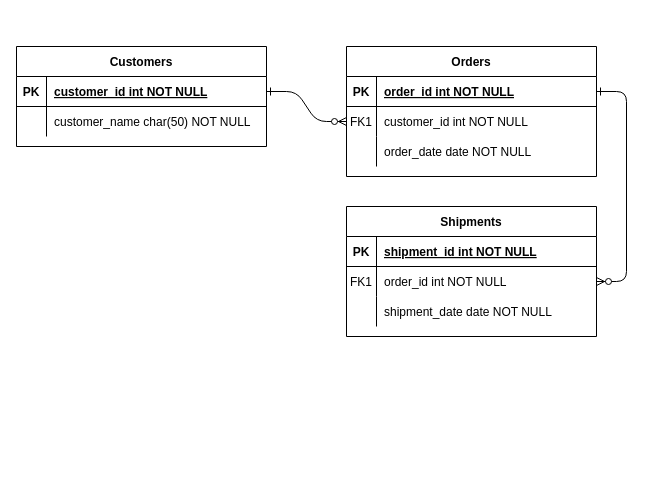
Earlier version of the draw.io diagram squall_db.drawio (primnewa0615/b17c3). Source tidied: cells renumbered, new cells numbered last; positions are measured from the earlier drawing's top-left corner, leaving out a move shared by most shapes. Both pictures are drawn from the tidied source at 100%, with x=0, y=0 at pixel (16, 46).
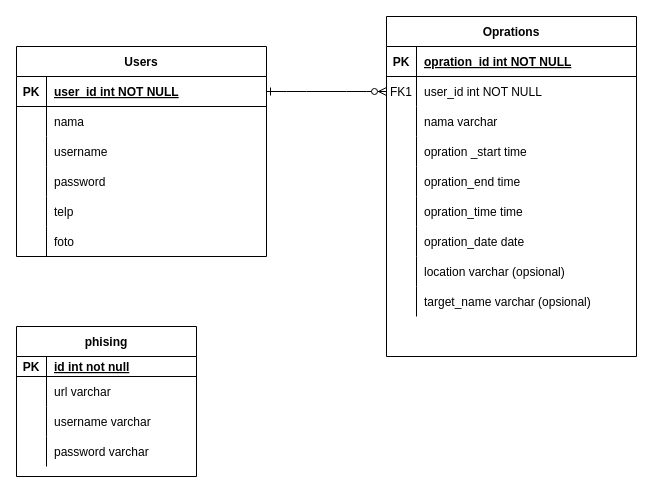
The same diagram, later.

Unchanged cells that the change refers to:
```xml
<mxCell id="5" style="shape=partialRectangle;fillColor=none;points=[[0,0.5],[1,0.5]];portConstraint=eastwest;top=0;left=0;right=0;bottom=1;" parent="4" vertex="1">
  <mxGeometry y="30" width="250" height="30" as="geometry" />
</mxCell>
<mxCell id="8" style="shape=partialRectangle;fillColor=none;points=[[0,0.5],[1,0.5]];portConstraint=eastwest;top=0;left=0;right=0;bottom=0;" parent="4" vertex="1">
  <mxGeometry y="60" width="250" height="30" as="geometry" />
</mxCell>
<mxCell id="11" style="shape=partialRectangle;fillColor=none;top=0;left=0;right=0;bottom=0;" parent="4" vertex="1">
  <mxGeometry y="90" width="250" height="30" as="geometry" />
</mxCell>
<mxCell id="25" style="shape=partialRectangle;fillColor=none;points=[[0,0.5],[1,0.5]];portConstraint=eastwest;top=0;left=0;right=0;bottom=1;" parent="24" vertex="1">
  <mxGeometry y="30" width="250" height="30" as="geometry" />
</mxCell>
<mxCell id="28" style="shape=partialRectangle;fillColor=none;top=0;left=0;right=0;bottom=0;" parent="24" vertex="1">
  <mxGeometry y="60" width="250" height="30" as="geometry" />
</mxCell>
```

The edit, as a diff of the source:
```diff
@@
-    <mxCell id="3" style="edgeStyle=entityRelationEdgeStyle;endArrow=ERzeroToMany;startArrow=ERone;endFill=1;startFill=0;" parent="1" edge="1" source="5" target="18">
-      <mxGeometry relative="1" as="geometry" />
-    </mxCell>
-    <mxCell id="4" value="Orders" style="shape=table;startSize=30;childLayout=tableLayout;rowLines=0;fontStyle=1;align=center;" parent="1" vertex="1">
-      <mxGeometry x="330" width="250" height="130" as="geometry" />
+    <mxCell id="4" value="Oprations" style="shape=table;startSize=30;childLayout=tableLayout;rowLines=0;fontStyle=1;align=center;" parent="1" vertex="1">
+      <mxGeometry x="370" y="-30" width="250" height="340" as="geometry" />
     </mxCell>
@@
-    <mxCell id="7" value="order_id int NOT NULL " style="shape=partialRectangle;overflow=hidden;fillColor=none;top=0;left=0;bottom=0;right=0;align=left;spacingLeft=6;fontStyle=5;" parent="5" vertex="1">
+    <mxCell id="7" value="opration_id int NOT NULL " style="shape=partialRectangle;overflow=hidden;fillColor=none;top=0;left=0;bottom=0;right=0;align=left;spacingLeft=6;fontStyle=5;" parent="5" vertex="1">
       <mxGeometry x="30" width="220" height="30" as="geometry" />
     </mxCell>
@@
-    <mxCell id="10" value="customer_id int NOT NULL" style="shape=partialRectangle;overflow=hidden;fillColor=none;top=0;left=0;bottom=0;right=0;align=left;spacingLeft=6;" parent="8" vertex="1">
+    <mxCell id="10" value="user_id int NOT NULL" style="shape=partialRectangle;overflow=hidden;fillColor=none;top=0;left=0;bottom=0;right=0;align=left;spacingLeft=6;" parent="8" vertex="1">
       <mxGeometry x="30" width="220" height="30" as="geometry" />
     </mxCell>
@@
-    <mxCell id="13" value="order_date date NOT NULL" style="shape=partialRectangle;overflow=hidden;fillColor=none;top=0;left=0;bottom=0;right=0;align=left;spacingLeft=6;" parent="11" vertex="1">
+    <mxCell id="13" value="nama varchar" style="shape=partialRectangle;overflow=hidden;fillColor=none;top=0;left=0;bottom=0;right=0;align=left;spacingLeft=6;" parent="11" vertex="1">
       <mxGeometry x="30" width="220" height="30" as="geometry" />
     </mxCell>
-    <mxCell id="14" value="Shipments" style="shape=table;startSize=30;childLayout=tableLayout;rowLines=0;fontStyle=1;align=center;" parent="1" vertex="1">
-      <mxGeometry x="330" y="160" width="250" height="130" as="geometry" />
-    </mxCell>
-    <mxCell id="15" style="shape=partialRectangle;fillColor=none;top=0;left=0;right=0;bottom=1;" parent="14" vertex="1">
-      <mxGeometry y="30" width="250" height="30" as="geometry" />
-    </mxCell>
-    <mxCell id="16" value="PK" style="shape=partialRectangle;overflow=hidden;fillColor=none;top=0;left=0;bottom=0;right=0;fontStyle=1;" parent="15" vertex="1">
-      <mxGeometry width="30" height="30" as="geometry" />
-    </mxCell>
-    <mxCell id="17" value="shipment_id int NOT NULL " style="shape=partialRectangle;overflow=hidden;fillColor=none;top=0;left=0;bottom=0;right=0;align=left;spacingLeft=6;fontStyle=5;" parent="15" vertex="1">
-      <mxGeometry x="30" width="220" height="30" as="geometry" />
-    </mxCell>
-    <mxCell id="18" style="shape=partialRectangle;fillColor=none;points=[[0,0.5],[1,0.5]];portConstraint=eastwest;top=0;left=0;right=0;bottom=0;" parent="14" vertex="1">
-      <mxGeometry y="60" width="250" height="30" as="geometry" />
-    </mxCell>
-    <mxCell id="19" value="FK1" style="shape=partialRectangle;overflow=hidden;fillColor=none;top=0;left=0;bottom=0;right=0;" parent="18" vertex="1">
-      <mxGeometry width="30" height="30" as="geometry" />
-    </mxCell>
-    <mxCell id="20" value="order_id int NOT NULL" style="shape=partialRectangle;overflow=hidden;fillColor=none;top=0;left=0;bottom=0;right=0;align=left;spacingLeft=6;" parent="18" vertex="1">
-      <mxGeometry x="30" width="220" height="30" as="geometry" />
-    </mxCell>
-    <mxCell id="21" style="shape=partialRectangle;fillColor=none;top=0;left=0;right=0;bottom=0;" parent="14" vertex="1">
-      <mxGeometry y="90" width="250" height="30" as="geometry" />
-    </mxCell>
-    <mxCell id="22" style="shape=partialRectangle;overflow=hidden;fillColor=none;top=0;left=0;bottom=0;right=0;" parent="21" vertex="1">
-      <mxGeometry width="30" height="30" as="geometry" />
-    </mxCell>
-    <mxCell id="23" value="shipment_date date NOT NULL" style="shape=partialRectangle;overflow=hidden;fillColor=none;top=0;left=0;bottom=0;right=0;align=left;spacingLeft=6;" parent="21" vertex="1">
-      <mxGeometry x="30" width="220" height="30" as="geometry" />
-    </mxCell>
+    <mxCell id="31" style="shape=partialRectangle;fillColor=none;top=0;left=0;bottom=0;right=0;" parent="4" vertex="1">
+      <mxGeometry y="120" width="250" height="30" as="geometry" />
+    </mxCell>
+    <mxCell id="32" style="shape=partialRectangle;fillColor=none;top=0;left=0;bottom=0;right=0;overflow=hidden;" parent="31" vertex="1">
+      <mxGeometry width="30" height="30" as="geometry" />
+    </mxCell>
+    <mxCell id="33" value="opration _start time" style="shape=partialRectangle;fillColor=none;top=0;left=0;bottom=0;right=0;align=left;spacingLeft=6;overflow=hidden;" parent="31" vertex="1">
+      <mxGeometry x="30" width="220" height="30" as="geometry" />
+    </mxCell>
+    <mxCell id="34" style="shape=partialRectangle;fillColor=none;top=0;left=0;bottom=0;right=0;" parent="4" vertex="1">
+      <mxGeometry y="150" width="250" height="30" as="geometry" />
+    </mxCell>
+    <mxCell id="35" style="shape=partialRectangle;fillColor=none;top=0;left=0;bottom=0;right=0;overflow=hidden;" parent="34" vertex="1">
+      <mxGeometry width="30" height="30" as="geometry" />
+    </mxCell>
+    <mxCell id="36" value="opration_end time" style="shape=partialRectangle;fillColor=none;top=0;left=0;bottom=0;right=0;align=left;spacingLeft=6;overflow=hidden;" parent="34" vertex="1">
+      <mxGeometry x="30" width="220" height="30" as="geometry" />
+    </mxCell>
+    <mxCell id="37" style="shape=partialRectangle;fillColor=none;top=0;left=0;bottom=0;right=0;" parent="4" vertex="1">
+      <mxGeometry y="180" width="250" height="30" as="geometry" />
+    </mxCell>
+    <mxCell id="38" style="shape=partialRectangle;fillColor=none;top=0;left=0;bottom=0;right=0;overflow=hidden;" parent="37" vertex="1">
+      <mxGeometry width="30" height="30" as="geometry" />
+    </mxCell>
+    <mxCell id="39" value="opration_time time" style="shape=partialRectangle;fillColor=none;top=0;left=0;bottom=0;right=0;align=left;spacingLeft=6;overflow=hidden;" parent="37" vertex="1">
+      <mxGeometry x="30" width="220" height="30" as="geometry" />
+    </mxCell>
+    <mxCell id="40" style="shape=partialRectangle;fillColor=none;top=0;left=0;bottom=0;right=0;" parent="4" vertex="1">
+      <mxGeometry y="210" width="250" height="30" as="geometry" />
+    </mxCell>
+    <mxCell id="41" style="shape=partialRectangle;fillColor=none;top=0;left=0;bottom=0;right=0;overflow=hidden;" parent="40" vertex="1">
+      <mxGeometry width="30" height="30" as="geometry" />
+    </mxCell>
+    <mxCell id="42" value="opration_date date" style="shape=partialRectangle;fillColor=none;top=0;left=0;bottom=0;right=0;align=left;spacingLeft=6;overflow=hidden;" parent="40" vertex="1">
+      <mxGeometry x="30" width="220" height="30" as="geometry" />
+    </mxCell>
+    <mxCell id="43" style="shape=partialRectangle;fillColor=none;top=0;left=0;bottom=0;right=0;" parent="4" vertex="1">
+      <mxGeometry y="240" width="250" height="30" as="geometry" />
+    </mxCell>
+    <mxCell id="44" style="shape=partialRectangle;fillColor=none;top=0;left=0;bottom=0;right=0;overflow=hidden;" parent="43" vertex="1">
+      <mxGeometry width="30" height="30" as="geometry" />
+    </mxCell>
+    <mxCell id="45" value="location varchar (opsional)" style="shape=partialRectangle;fillColor=none;top=0;left=0;bottom=0;right=0;align=left;spacingLeft=6;overflow=hidden;" parent="43" vertex="1">
+      <mxGeometry x="30" width="220" height="30" as="geometry" />
+    </mxCell>
+    <mxCell id="46" style="shape=partialRectangle;fillColor=none;top=0;left=0;bottom=0;right=0;" parent="4" vertex="1">
+      <mxGeometry y="270" width="250" height="30" as="geometry" />
+    </mxCell>
+    <mxCell id="47" style="shape=partialRectangle;fillColor=none;top=0;left=0;bottom=0;right=0;overflow=hidden;" parent="46" vertex="1">
+      <mxGeometry width="30" height="30" as="geometry" />
+    </mxCell>
+    <mxCell id="48" value="target_name varchar (opsional)" style="shape=partialRectangle;fillColor=none;top=0;left=0;bottom=0;right=0;align=left;spacingLeft=6;overflow=hidden;" parent="46" vertex="1">
+      <mxGeometry x="30" width="220" height="30" as="geometry" />
+    </mxCell>
-    <mxCell id="24" value="Customers" style="shape=table;startSize=30;childLayout=tableLayout;rowLines=0;fontStyle=1;align=center;" parent="1" vertex="1">
-      <mxGeometry width="250" height="100" as="geometry" />
+    <mxCell id="24" value="Users" style="shape=table;startSize=30;childLayout=tableLayout;rowLines=0;fontStyle=1;align=center;" parent="1" vertex="1">
+      <mxGeometry width="250" height="210" as="geometry" />
     </mxCell>
@@
-    <mxCell id="27" value="customer_id int NOT NULL " style="shape=partialRectangle;overflow=hidden;fillColor=none;top=0;left=0;bottom=0;right=0;align=left;spacingLeft=6;fontStyle=5;" parent="25" vertex="1">
+    <mxCell id="27" value="user_id int NOT NULL " style="shape=partialRectangle;overflow=hidden;fillColor=none;top=0;left=0;bottom=0;right=0;align=left;spacingLeft=6;fontStyle=5;" parent="25" vertex="1">
       <mxGeometry x="30" width="220" height="30" as="geometry" />
     </mxCell>
@@
-    <mxCell id="30" value="customer_name char(50) NOT NULL" style="shape=partialRectangle;overflow=hidden;fillColor=none;top=0;left=0;bottom=0;right=0;align=left;spacingLeft=6;" parent="28" vertex="1">
+    <mxCell id="30" value="nama" style="shape=partialRectangle;overflow=hidden;fillColor=none;top=0;left=0;bottom=0;right=0;align=left;spacingLeft=6;" parent="28" vertex="1">
       <mxGeometry x="30" width="220" height="30" as="geometry" />
     </mxCell>
+    <mxCell id="49" style="shape=partialRectangle;fillColor=none;top=0;left=0;bottom=0;right=0;" parent="24" vertex="1">
+      <mxGeometry y="90" width="250" height="30" as="geometry" />
+    </mxCell>
+    <mxCell id="50" style="shape=partialRectangle;fillColor=none;top=0;left=0;bottom=0;right=0;overflow=hidden;" parent="49" vertex="1">
+      <mxGeometry width="30" height="30" as="geometry" />
+    </mxCell>
+    <mxCell id="51" value="username" style="shape=partialRectangle;fillColor=none;top=0;left=0;bottom=0;right=0;align=left;spacingLeft=6;overflow=hidden;" parent="49" vertex="1">
+      <mxGeometry x="30" width="220" height="30" as="geometry" />
+    </mxCell>
+    <mxCell id="52" style="shape=partialRectangle;fillColor=none;top=0;left=0;bottom=0;right=0;" parent="24" vertex="1">
+      <mxGeometry y="120" width="250" height="30" as="geometry" />
+    </mxCell>
+    <mxCell id="53" style="shape=partialRectangle;fillColor=none;top=0;left=0;bottom=0;right=0;overflow=hidden;" parent="52" vertex="1">
+      <mxGeometry width="30" height="30" as="geometry" />
+    </mxCell>
+    <mxCell id="54" value="password" style="shape=partialRectangle;fillColor=none;top=0;left=0;bottom=0;right=0;align=left;spacingLeft=6;overflow=hidden;" parent="52" vertex="1">
+      <mxGeometry x="30" width="220" height="30" as="geometry" />
+    </mxCell>
+    <mxCell id="55" style="shape=partialRectangle;fillColor=none;top=0;left=0;bottom=0;right=0;" parent="24" vertex="1">
+      <mxGeometry y="150" width="250" height="30" as="geometry" />
+    </mxCell>
+    <mxCell id="56" style="shape=partialRectangle;fillColor=none;top=0;left=0;bottom=0;right=0;overflow=hidden;" parent="55" vertex="1">
+      <mxGeometry width="30" height="30" as="geometry" />
+    </mxCell>
+    <mxCell id="57" value="telp" style="shape=partialRectangle;fillColor=none;top=0;left=0;bottom=0;right=0;align=left;spacingLeft=6;overflow=hidden;" parent="55" vertex="1">
+      <mxGeometry x="30" width="220" height="30" as="geometry" />
+    </mxCell>
+    <mxCell id="58" style="shape=partialRectangle;fillColor=none;top=0;left=0;bottom=0;right=0;" parent="24" vertex="1">
+      <mxGeometry y="180" width="250" height="30" as="geometry" />
+    </mxCell>
+    <mxCell id="59" style="shape=partialRectangle;fillColor=none;top=0;left=0;bottom=0;right=0;overflow=hidden;" parent="58" vertex="1">
+      <mxGeometry width="30" height="30" as="geometry" />
+    </mxCell>
+    <mxCell id="60" value="foto" style="shape=partialRectangle;fillColor=none;top=0;left=0;bottom=0;right=0;align=left;spacingLeft=6;overflow=hidden;" parent="58" vertex="1">
+      <mxGeometry x="30" width="220" height="30" as="geometry" />
+    </mxCell>
+    <mxCell id="61" value="phising" style="shape=table;startSize=30;childLayout=tableLayout;rowLines=0;fontStyle=1;align=center;" parent="1" vertex="1">
+      <mxGeometry y="280" width="180" height="150" as="geometry" />
+    </mxCell>
+    <mxCell id="62" style="shape=partialRectangle;fillColor=none;top=0;left=0;bottom=1;right=0;" parent="61" vertex="1">
+      <mxGeometry y="30" width="180" height="20" as="geometry" />
+    </mxCell>
+    <mxCell id="16" value="PK" style="shape=partialRectangle;fillColor=none;top=0;left=0;bottom=0;right=0;fontStyle=1;overflow=hidden;" parent="62" vertex="1">
+      <mxGeometry width="30" height="20" as="geometry" />
+    </mxCell>
+    <mxCell id="63" value="id int not null" style="shape=partialRectangle;fillColor=none;top=0;left=0;bottom=0;right=0;align=left;spacingLeft=6;fontStyle=5;overflow=hidden;" parent="62" vertex="1">
+      <mxGeometry x="30" width="150" height="20" as="geometry" />
+    </mxCell>
+    <mxCell id="64" style="shape=partialRectangle;fillColor=none;top=0;left=0;bottom=0;right=0;" parent="61" vertex="1">
+      <mxGeometry y="50" width="180" height="30" as="geometry" />
+    </mxCell>
+    <mxCell id="65" style="shape=partialRectangle;fillColor=none;top=0;left=0;bottom=0;right=0;overflow=hidden;" parent="64" vertex="1">
+      <mxGeometry width="30" height="30" as="geometry" />
+    </mxCell>
+    <mxCell id="66" value="url varchar" style="shape=partialRectangle;fillColor=none;top=0;left=0;bottom=0;right=0;align=left;spacingLeft=6;overflow=hidden;" parent="64" vertex="1">
+      <mxGeometry x="30" width="150" height="30" as="geometry" />
+    </mxCell>
+    <mxCell id="67" style="shape=partialRectangle;fillColor=none;top=0;left=0;bottom=0;right=0;" parent="61" vertex="1">
+      <mxGeometry y="80" width="180" height="30" as="geometry" />
+    </mxCell>
+    <mxCell id="68" style="shape=partialRectangle;fillColor=none;top=0;left=0;bottom=0;right=0;overflow=hidden;" parent="67" vertex="1">
+      <mxGeometry width="30" height="30" as="geometry" />
+    </mxCell>
+    <mxCell id="69" value="username varchar" style="shape=partialRectangle;fillColor=none;top=0;left=0;bottom=0;right=0;align=left;spacingLeft=6;overflow=hidden;" parent="67" vertex="1">
+      <mxGeometry x="30" width="150" height="30" as="geometry" />
+    </mxCell>
+    <mxCell id="70" style="shape=partialRectangle;fillColor=none;top=0;left=0;bottom=0;right=0;" parent="61" vertex="1">
+      <mxGeometry y="110" width="180" height="30" as="geometry" />
+    </mxCell>
+    <mxCell id="71" style="shape=partialRectangle;fillColor=none;top=0;left=0;bottom=0;right=0;overflow=hidden;" parent="70" vertex="1">
+      <mxGeometry width="30" height="30" as="geometry" />
+    </mxCell>
+    <mxCell id="72" value="password varchar" style="shape=partialRectangle;fillColor=none;top=0;left=0;bottom=0;right=0;align=left;spacingLeft=6;overflow=hidden;" parent="70" vertex="1">
+      <mxGeometry x="30" width="150" height="30" as="geometry" />
+    </mxCell>
```
